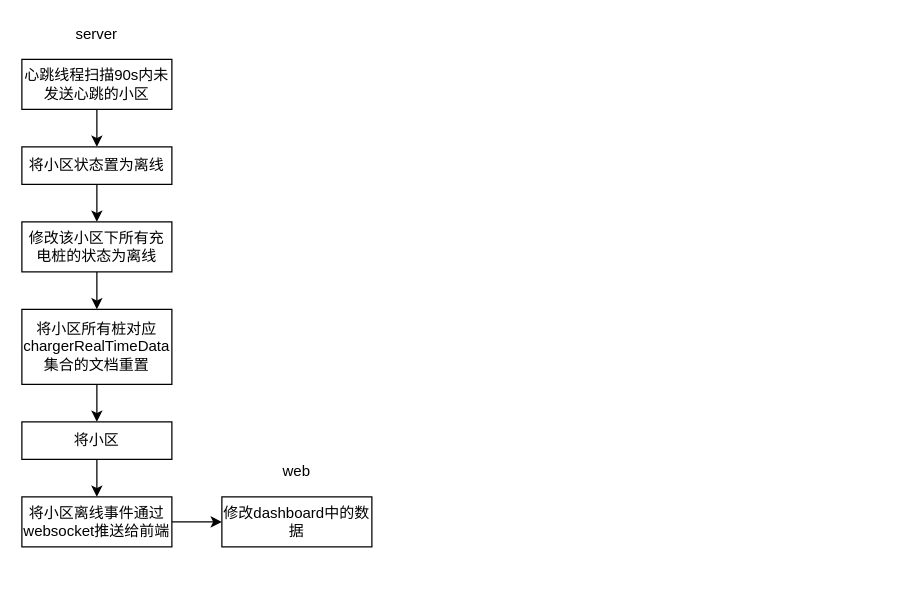
Above: 未命名绘图.drawio in csccoder/draw.io (draw.io), before the change. Source tidied: cells renumbered, new cells numbered last; positions are measured from the earlier drawing's top-left corner, leaving out a move shared by most shapes. Both pictures are drawn from the tidied source at 125%, with x=0, y=0 at pixel (21, 21).
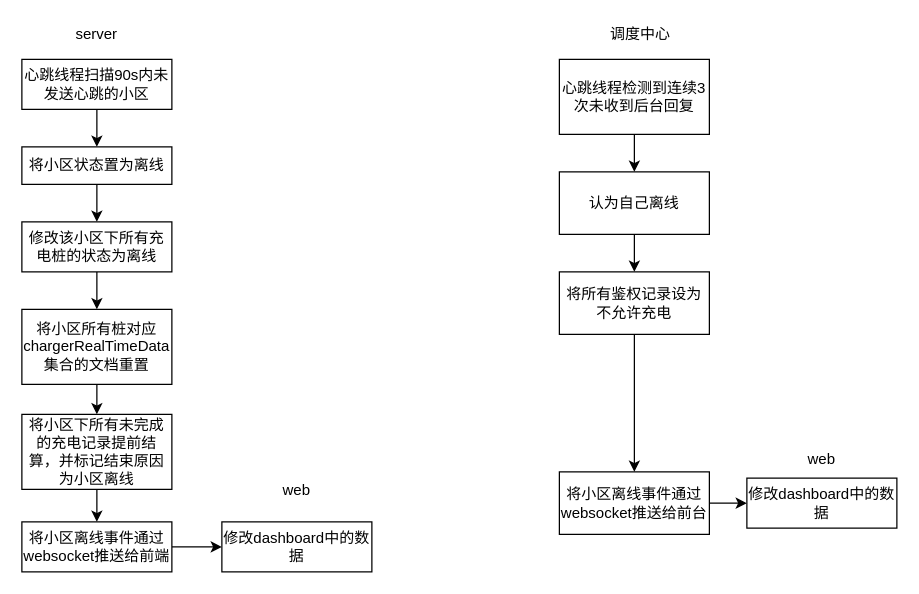
The same diagram, later.

Commit message:
Update 未命名绘图.drawio

The change refers to these unchanged cells:
```xml
<mxCell id="11" value="将小区所有桩对应chargerRealTimeData 集合的文档重置" style="rounded=0;whiteSpace=wrap;html=1;" parent="1" vertex="1">
  <mxGeometry y="230" width="120" height="60" as="geometry" />
</mxCell>
```

Diff of the diagram source:
```diff
@@
-    <mxCell id="6" style="edgeStyle=orthogonalEdgeStyle;rounded=0;jettySize=auto;html=1;exitX=1;exitY=0.5;exitDx=0;exitDy=0;entryX=0;entryY=0.5;entryDx=0;entryDy=0;" parent="1" edge="1" source="7" target="12">
-      <mxGeometry relative="1" as="geometry" />
-    </mxCell>
+    <mxCell id="17" style="edgeStyle=orthogonalEdgeStyle;rounded=0;jettySize=auto;html=1;exitX=1;exitY=0.5;exitDx=0;exitDy=0;entryX=0;entryY=0.5;entryDx=0;entryDy=0;" parent="1" edge="1" source="7" target="19">
+      <mxGeometry relative="1" as="geometry" />
+    </mxCell>
     <mxCell id="7" value="将小区离线事件通过websocket推送给前端" style="rounded=0;whiteSpace=wrap;html=1;" parent="1" vertex="1">
-      <mxGeometry y="380" width="120" height="40" as="geometry" />
+      <mxGeometry y="400" width="120" height="40" as="geometry" />
     </mxCell>
@@
-    <mxCell id="10" style="edgeStyle=orthogonalEdgeStyle;rounded=0;jettySize=auto;html=1;" parent="1" edge="1" source="11" target="16">
-      <mxGeometry relative="1" as="geometry" />
-    </mxCell>
+    <mxCell id="18" style="edgeStyle=orthogonalEdgeStyle;rounded=0;jettySize=auto;html=1;" parent="1" edge="1" source="11" target="22">
+      <mxGeometry relative="1" as="geometry" />
+    </mxCell>
@@
-    <mxCell id="12" value="修改dashboard中的数据" style="rounded=0;whiteSpace=wrap;html=1;" parent="1" vertex="1">
-      <mxGeometry x="160" y="380" width="120" height="40" as="geometry" />
-    </mxCell>
+    <mxCell id="19" value="修改dashboard中的数据" style="rounded=0;whiteSpace=wrap;html=1;" parent="1" vertex="1">
+      <mxGeometry x="160" y="400" width="120" height="40" as="geometry" />
+    </mxCell>
@@
-    <mxCell id="14" value="web" style="text;html=1;strokeColor=none;fillColor=none;align=center;verticalAlign=middle;whiteSpace=wrap;rounded=0;" parent="1" vertex="1">
-      <mxGeometry x="200" y="350" width="40" height="20" as="geometry" />
-    </mxCell>
-    <mxCell id="15" style="edgeStyle=orthogonalEdgeStyle;rounded=0;jettySize=auto;html=1;" parent="1" edge="1" source="16" target="7">
-      <mxGeometry relative="1" as="geometry" />
-    </mxCell>
-    <mxCell id="16" value="将小区" style="rounded=0;whiteSpace=wrap;html=1;" parent="1" vertex="1">
-      <mxGeometry y="320" width="120" height="30" as="geometry" />
-    </mxCell>
+    <mxCell id="20" value="web" style="text;html=1;strokeColor=none;fillColor=none;align=center;verticalAlign=middle;whiteSpace=wrap;rounded=0;" parent="1" vertex="1">
+      <mxGeometry x="200" y="365" width="40" height="20" as="geometry" />
+    </mxCell>
+    <mxCell id="21" style="edgeStyle=orthogonalEdgeStyle;rounded=0;jettySize=auto;html=1;" parent="1" edge="1" source="22" target="7">
+      <mxGeometry relative="1" as="geometry" />
+    </mxCell>
+    <mxCell id="22" value="将小区下所有未完成的充电记录提前结算，并标记结束原因为小区离线" style="rounded=0;whiteSpace=wrap;html=1;" parent="1" vertex="1">
+      <mxGeometry y="314" width="120" height="60" as="geometry" />
+    </mxCell>
+    <mxCell id="23" style="edgeStyle=orthogonalEdgeStyle;rounded=0;jettySize=auto;html=1;exitX=0.5;exitY=1;exitDx=0;exitDy=0;" parent="1" edge="1" source="24" target="27">
+      <mxGeometry relative="1" as="geometry" />
+    </mxCell>
+    <mxCell id="24" value="心跳线程检测到连续3次未收到后台回复" style="whiteSpace=wrap;html=1;" parent="1" vertex="1">
+      <mxGeometry x="430" y="30" width="120" height="60" as="geometry" />
+    </mxCell>
+    <mxCell id="25" value="调度中心" style="text;html=1;strokeColor=none;fillColor=none;align=center;verticalAlign=middle;whiteSpace=wrap;rounded=0;" parent="1" vertex="1">
+      <mxGeometry x="470" width="50" height="20" as="geometry" />
+    </mxCell>
+    <mxCell id="26" style="edgeStyle=orthogonalEdgeStyle;rounded=0;jettySize=auto;html=1;exitX=0.5;exitY=1;exitDx=0;exitDy=0;" parent="1" edge="1" source="27" target="32">
+      <mxGeometry relative="1" as="geometry" />
+    </mxCell>
+    <mxCell id="27" value="认为自己离线" style="whiteSpace=wrap;html=1;" parent="1" vertex="1">
+      <mxGeometry x="430" y="120" width="120" height="50" as="geometry" />
+    </mxCell>
+    <mxCell id="28" style="edgeStyle=orthogonalEdgeStyle;rounded=0;jettySize=auto;html=1;" parent="1" edge="1" source="29" target="30">
+      <mxGeometry relative="1" as="geometry" />
+    </mxCell>
+    <mxCell id="29" value="将小区离线事件通过websocket推送给前台" style="rounded=0;whiteSpace=wrap;html=1;" parent="1" vertex="1">
+      <mxGeometry x="430" y="360" width="120" height="50" as="geometry" />
+    </mxCell>
+    <mxCell id="30" value="修改dashboard中的数据" style="rounded=0;whiteSpace=wrap;html=1;" parent="1" vertex="1">
+      <mxGeometry x="580" y="365" width="120" height="40" as="geometry" />
+    </mxCell>
+    <mxCell id="31" value="web" style="text;html=1;strokeColor=none;fillColor=none;align=center;verticalAlign=middle;whiteSpace=wrap;rounded=0;" parent="1" vertex="1">
+      <mxGeometry x="620" y="340" width="40" height="20" as="geometry" />
+    </mxCell>
+    <mxCell id="32" value="将所有鉴权记录设为不允许充电" style="whiteSpace=wrap;html=1;" parent="1" vertex="1">
+      <mxGeometry x="430" y="200" width="120" height="50" as="geometry" />
+    </mxCell>
+    <mxCell id="33" style="edgeStyle=orthogonalEdgeStyle;rounded=0;jettySize=auto;html=1;exitX=0.5;exitY=1;exitDx=0;exitDy=0;entryX=0.5;entryY=0;entryDx=0;entryDy=0;" parent="1" edge="1" source="32" target="29">
+      <mxGeometry relative="1" as="geometry" />
+    </mxCell>
```
